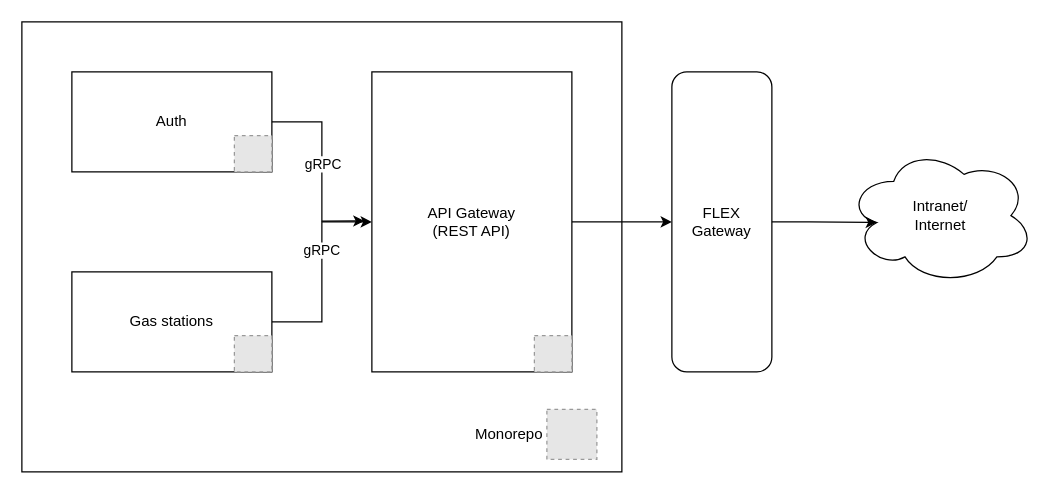
Above: drawio/mams/dd-twins/grpc.drawio in scrodrig/Diagrams (draw.io), before the change. Source tidied: cells renumbered, new cells numbered last; positions are measured from the earlier drawing's top-left corner, leaving out a move shared by most shapes. Both pictures are drawn from the tidied source at 125%, with x=0, y=0 at pixel (21, 21). Pictures stored in the file or linked from it are replaced by grey dashed boxes.
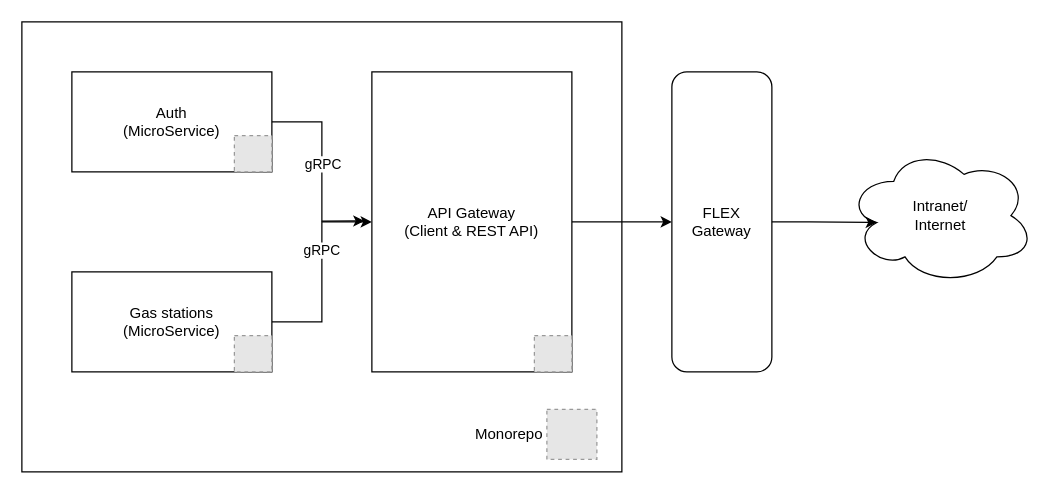
Above is the later version.

Change to the diagram source:
```diff
@@
 <mxGraphModel>
   <root>
     <mxCell id="0" />
     <mxCell id="1" parent="0" />
     <mxCell id="2" style="rounded=0;whiteSpace=wrap;html=1;" parent="1" vertex="1">
       <mxGeometry width="480" height="360" as="geometry" />
     </mxCell>
-    <mxCell id="3" value="Auth" style="rounded=0;whiteSpace=wrap;html=1;" parent="1" vertex="1">
+    <mxCell id="3" value="Auth&lt;div&gt;(MicroService)&lt;/div&gt;" style="rounded=0;whiteSpace=wrap;html=1;" parent="1" vertex="1">
       <mxGeometry x="40" y="40" width="160" height="80" as="geometry" />
     </mxCell>
     <mxCell id="4" style="edgeStyle=orthogonalEdgeStyle;rounded=0;jettySize=auto;html=1;entryX=0;entryY=0.5;entryDx=0;entryDy=0;" parent="1" edge="1" source="6" target="8">
       <mxGeometry relative="1" as="geometry" />
     </mxCell>
     <mxCell id="5" value="gRPC" style="edgeLabel;html=1;align=center;verticalAlign=middle;" parent="4" vertex="1">
       <mxGeometry x="0.23" y="1" relative="1" as="geometry" />
     </mxCell>
-    <mxCell id="6" value="Gas stations" style="rounded=0;whiteSpace=wrap;html=1;" parent="1" vertex="1">
+    <mxCell id="6" value="Gas stations&lt;div&gt;(&lt;span style=&quot;background-color: initial;&quot;&gt;MicroService&lt;/span&gt;&lt;span style=&quot;background-color: initial;&quot;&gt;)&lt;/span&gt;&lt;/div&gt;" style="rounded=0;whiteSpace=wrap;html=1;" parent="1" vertex="1">
       <mxGeometry x="40" y="200" width="160" height="80" as="geometry" />
     </mxCell>
     <mxCell id="7" style="edgeStyle=orthogonalEdgeStyle;rounded=0;jettySize=auto;html=1;" parent="1" edge="1" source="8" target="12">
       <mxGeometry relative="1" as="geometry" />
     </mxCell>
-    <mxCell id="8" value="API Gateway&lt;div&gt;(REST API)&lt;/div&gt;" style="rounded=0;whiteSpace=wrap;html=1;" parent="1" vertex="1">
+    <mxCell id="8" value="API Gateway&lt;div&gt;(Client &amp;amp; REST API)&lt;/div&gt;" style="rounded=0;whiteSpace=wrap;html=1;" parent="1" vertex="1">
       <mxGeometry x="280" y="40" width="160" height="240" as="geometry" />
     </mxCell>
     <mxCell id="9" style="edgeStyle=orthogonalEdgeStyle;rounded=0;jettySize=auto;html=1;entryX=-0.037;entryY=0.497;entryDx=0;entryDy=0;entryPerimeter=0;" parent="1" edge="1" source="3" target="8">
       <mxGeometry relative="1" as="geometry" />
     </mxCell>
     <mxCell id="10" value="gRPC" style="edgeLabel;html=1;align=center;verticalAlign=middle;" parent="9" vertex="1">
       <mxGeometry x="-0.05" relative="1" as="geometry" />
     </mxCell>
     <mxCell id="11" value="Intranet/&lt;div&gt;Internet&lt;/div&gt;" style="ellipse;shape=cloud;whiteSpace=wrap;html=1;" parent="1" vertex="1">
       <mxGeometry x="660" y="100" width="150" height="110" as="geometry" />
     </mxCell>
     <mxCell id="12" value="FLEX Gateway" style="rounded=1;whiteSpace=wrap;html=1;" parent="1" vertex="1">
       <mxGeometry x="520" y="40" width="80" height="240" as="geometry" />
     </mxCell>
     <mxCell id="13" style="edgeStyle=orthogonalEdgeStyle;rounded=0;jettySize=auto;html=1;entryX=0.16;entryY=0.55;entryDx=0;entryDy=0;entryPerimeter=0;" parent="1" edge="1" source="12" target="11">
       <mxGeometry relative="1" as="geometry" />
     </mxCell>
     <mxCell id="14" style="fillColor=#E6E6E6;strokeColor=#999999;dashed=1;verticalLabelPosition=bottom;verticalAlign=top;" parent="1" vertex="1">
       <mxGeometry x="170" y="251" width="30" height="29" as="geometry" />
     </mxCell>
     <mxCell id="15" style="fillColor=#E6E6E6;strokeColor=#999999;dashed=1;verticalLabelPosition=bottom;verticalAlign=top;" parent="1" vertex="1">
       <mxGeometry x="170" y="91" width="30" height="29" as="geometry" />
     </mxCell>
     <mxCell id="16" style="fillColor=#E6E6E6;strokeColor=#999999;dashed=1;verticalLabelPosition=bottom;verticalAlign=top;" parent="1" vertex="1">
       <mxGeometry x="410" y="251" width="30" height="29" as="geometry" />
     </mxCell>
     <mxCell id="17" style="fillColor=#E6E6E6;strokeColor=#999999;dashed=1;verticalLabelPosition=bottom;verticalAlign=top;" parent="1" vertex="1">
       <mxGeometry x="420" y="310" width="40" height="40" as="geometry" />
     </mxCell>
     <mxCell id="18" value="Monorepo" style="text;html=1;align=center;verticalAlign=middle;whiteSpace=wrap;rounded=0;" parent="1" vertex="1">
       <mxGeometry x="360" y="315" width="60" height="30" as="geometry" />
     </mxCell>
   </root>
 </mxGraphModel>
```
